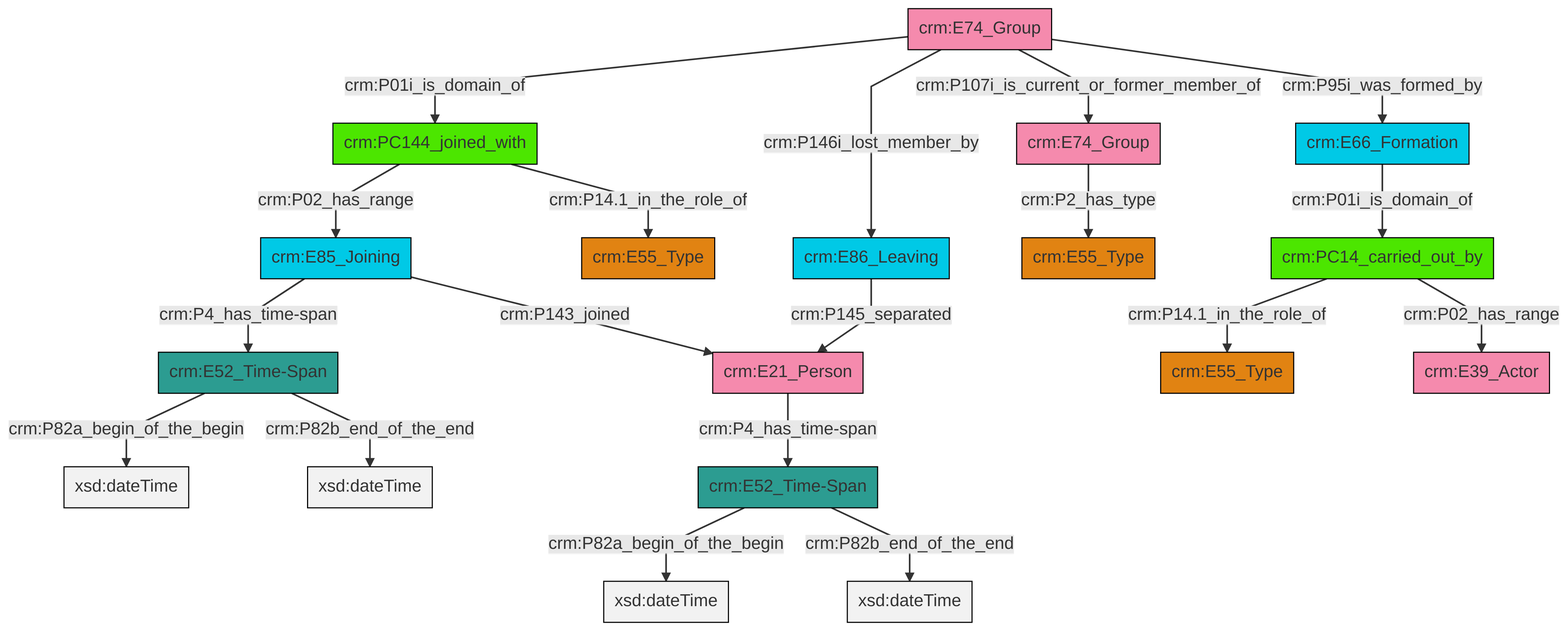
Before: et/groupCSV/ttl/mmd/png/group_actor_relations.png, a diagram exported from Mermaid (swiss-art-research-net/reference-data-models). Its source is kept beside it as et/groupCSV/ttl/mmd/group_actor_relations.ttl.mmd.
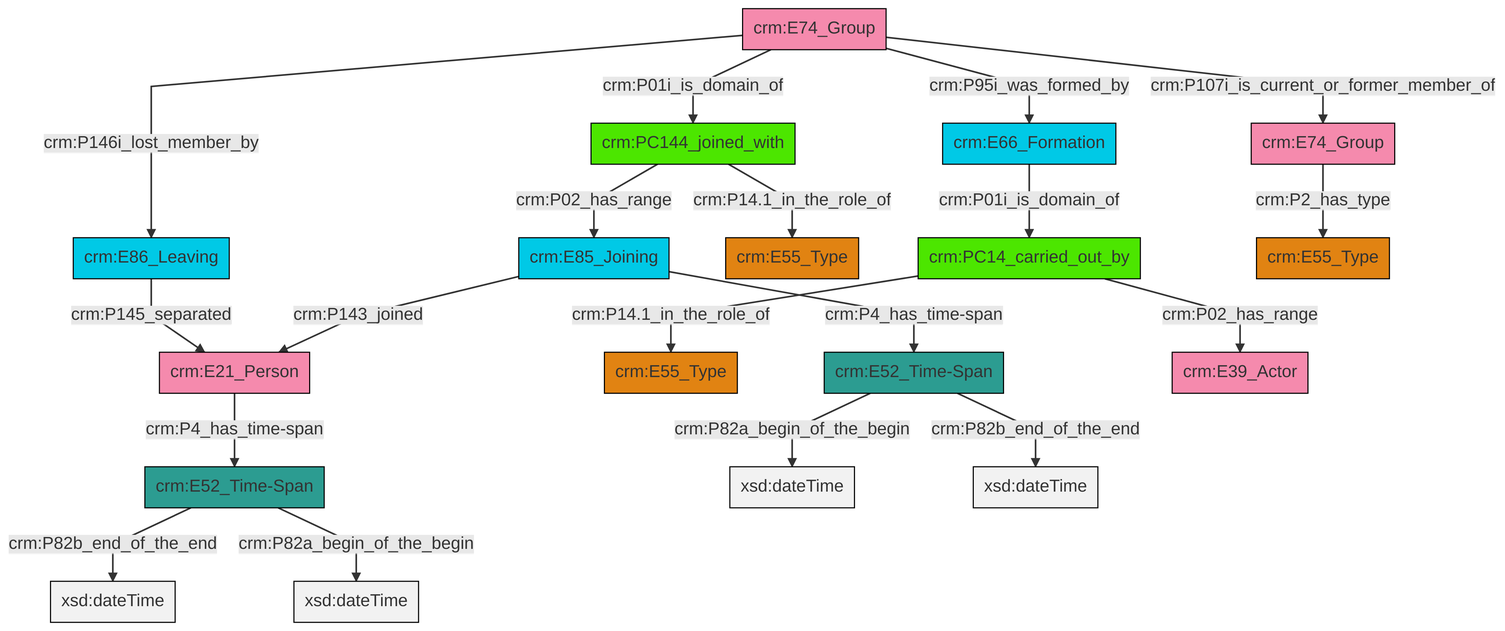
After the commit.

Diff of the diagram source:
```diff
@@ -13,21 +13,21 @@
 classDef PC_Classes fill:#4ce600, stroke:#000000;
 classDef Multi fill:#cccccc,stroke:#000000;
 
-6["crm:PC14_carried_out_by"]:::PC_Classes -->|crm:P14.1_in_the_role_of| 7["crm:E55_Type"]:::Type
-11["crm:E86_Leaving"]:::Temporal_Entity -->|crm:P145_separated| 2["crm:E21_Person"]:::Actor
-12["crm:E74_Group"]:::Actor -->|crm:P01i_is_domain_of| 13["crm:PC144_joined_with"]:::PC_Classes
-20["crm:E52_Time-Span"]:::Time-Span -->|crm:P82a_begin_of_the_begin| 22[xsd:dateTime]:::Literal
-25["crm:E85_Joining"]:::Temporal_Entity -->|crm:P4_has_time-span| 20["crm:E52_Time-Span"]:::Time-Span
-2["crm:E21_Person"]:::Actor -->|crm:P4_has_time-span| 4["crm:E52_Time-Span"]:::Time-Span
-23["crm:E74_Group"]:::Actor -->|crm:P2_has_type| 0["crm:E55_Type"]:::Type
-13["crm:PC144_joined_with"]:::PC_Classes -->|crm:P02_has_range| 25["crm:E85_Joining"]:::Temporal_Entity
-4["crm:E52_Time-Span"]:::Time-Span -->|crm:P82a_begin_of_the_begin| 31[xsd:dateTime]:::Literal
-6["crm:PC14_carried_out_by"]:::PC_Classes -->|crm:P02_has_range| 14["crm:E39_Actor"]:::Actor
-13["crm:PC144_joined_with"]:::PC_Classes -->|crm:P14.1_in_the_role_of| 16["crm:E55_Type"]:::Type
-20["crm:E52_Time-Span"]:::Time-Span -->|crm:P82b_end_of_the_end| 32[xsd:dateTime]:::Literal
-4["crm:E52_Time-Span"]:::Time-Span -->|crm:P82b_end_of_the_end| 33[xsd:dateTime]:::Literal
-12["crm:E74_Group"]:::Actor -->|crm:P146i_lost_member_by| 11["crm:E86_Leaving"]:::Temporal_Entity
-9["crm:E66_Formation"]:::Temporal_Entity -->|crm:P01i_is_domain_of| 6["crm:PC14_carried_out_by"]:::PC_Classes
-12["crm:E74_Group"]:::Actor -->|crm:P107i_is_current_or_former_member_of| 23["crm:E74_Group"]:::Actor
-25["crm:E85_Joining"]:::Temporal_Entity -->|crm:P143_joined| 2["crm:E21_Person"]:::Actor
-12["crm:E74_Group"]:::Actor -->|crm:P95i_was_formed_by| 9["crm:E66_Formation"]:::Temporal_Entity
+0["crm:E74_Group"]:::Actor -->|crm:P01i_is_domain_of| 1["crm:PC144_joined_with"]:::PC_Classes
+2["crm:E86_Leaving"]:::Temporal_Entity -->|crm:P145_separated| 3["crm:E21_Person"]:::Actor
+6["crm:E85_Joining"]:::Temporal_Entity -->|crm:P143_joined| 3["crm:E21_Person"]:::Actor
+6["crm:E85_Joining"]:::Temporal_Entity -->|crm:P4_has_time-span| 11["crm:E52_Time-Span"]:::Time-Span
+12["crm:E52_Time-Span"]:::Time-Span -->|crm:P82b_end_of_the_end| 13[xsd:dateTime]:::Literal
+0["crm:E74_Group"]:::Actor -->|crm:P107i_is_current_or_former_member_of| 14["crm:E74_Group"]:::Actor
+11["crm:E52_Time-Span"]:::Time-Span -->|crm:P82a_begin_of_the_begin| 15[xsd:dateTime]:::Literal
+16["crm:E66_Formation"]:::Temporal_Entity -->|crm:P01i_is_domain_of| 9["crm:PC14_carried_out_by"]:::PC_Classes
+11["crm:E52_Time-Span"]:::Time-Span -->|crm:P82b_end_of_the_end| 19[xsd:dateTime]:::Literal
+1["crm:PC144_joined_with"]:::PC_Classes -->|crm:P02_has_range| 6["crm:E85_Joining"]:::Temporal_Entity
+9["crm:PC14_carried_out_by"]:::PC_Classes -->|crm:P14.1_in_the_role_of| 4["crm:E55_Type"]:::Type
+0["crm:E74_Group"]:::Actor -->|crm:P95i_was_formed_by| 16["crm:E66_Formation"]:::Temporal_Entity
+0["crm:E74_Group"]:::Actor -->|crm:P146i_lost_member_by| 2["crm:E86_Leaving"]:::Temporal_Entity
+1["crm:PC144_joined_with"]:::PC_Classes -->|crm:P14.1_in_the_role_of| 7["crm:E55_Type"]:::Type
+14["crm:E74_Group"]:::Actor -->|crm:P2_has_type| 21["crm:E55_Type"]:::Type
+3["crm:E21_Person"]:::Actor -->|crm:P4_has_time-span| 12["crm:E52_Time-Span"]:::Time-Span
+12["crm:E52_Time-Span"]:::Time-Span -->|crm:P82a_begin_of_the_begin| 33[xsd:dateTime]:::Literal
+9["crm:PC14_carried_out_by"]:::PC_Classes -->|crm:P02_has_range| 30["crm:E39_Actor"]:::Actor
```
